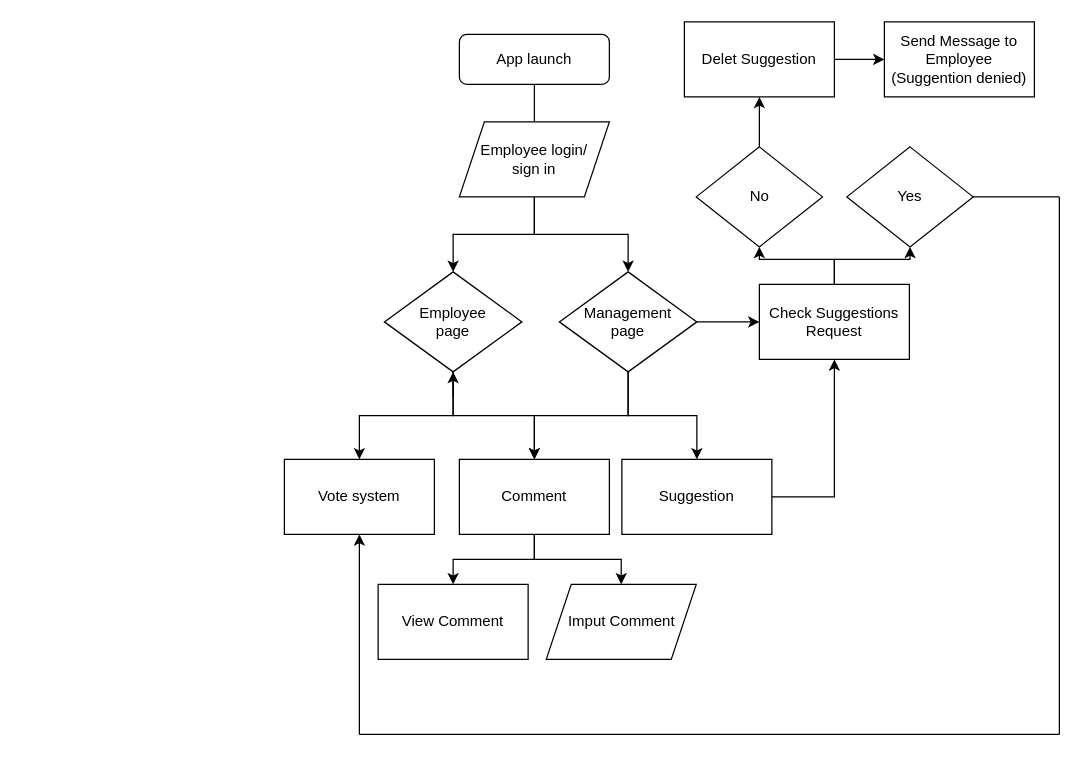
Before: diagram/Assignment_1.drawio in Etherealee/IP_GroupProject, a draw.io diagram. Source tidied: cells renumbered, new cells numbered last; positions are measured from the earlier drawing's top-left corner, leaving out a move shared by most shapes. Both pictures are drawn from the tidied source at 125%, with x=0, y=0 at pixel (284, 21).
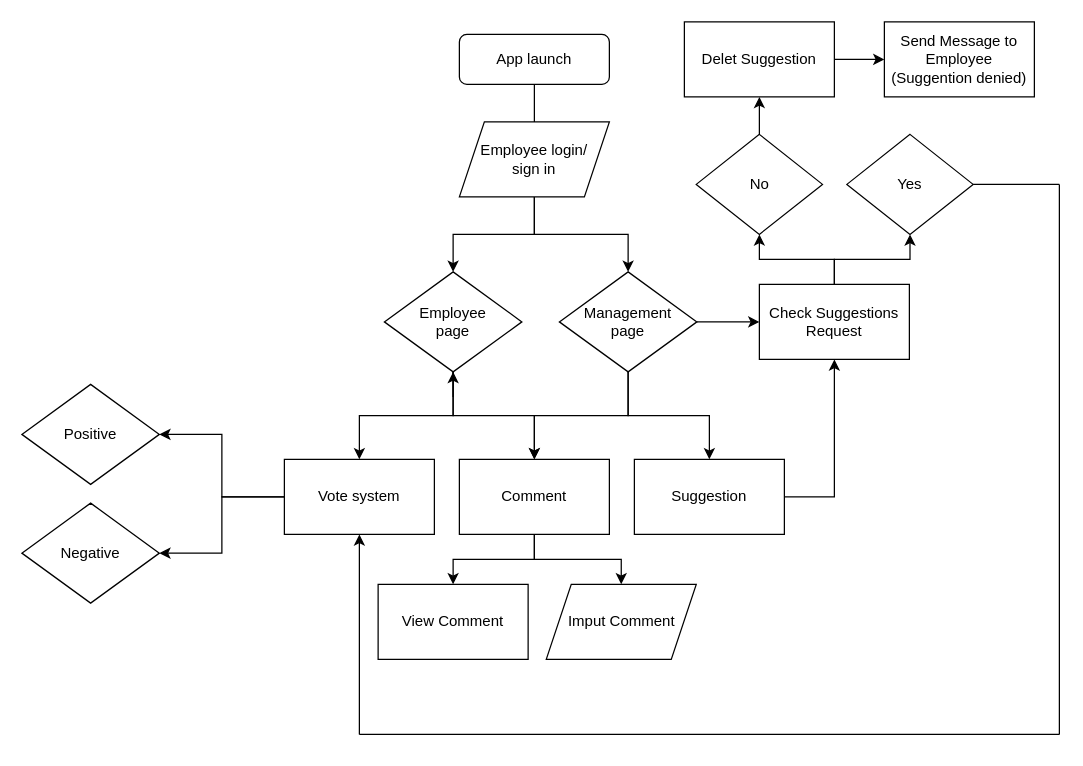
The same diagram, later.

The change refers to these unchanged cells:
```xml
<mxCell id="21" value="Vote system" style="rounded=0;whiteSpace=wrap;html=1;" parent="1" vertex="1">
  <mxGeometry y="350" width="120" height="60" as="geometry" />
</mxCell>
```

What changed in the source:
```diff
@@
+    <mxCell id="36" style="edgeStyle=orthogonalEdgeStyle;rounded=0;jettySize=auto;html=1;" parent="1" edge="1" source="21" target="38">
+      <mxGeometry relative="1" as="geometry" />
+    </mxCell>
+    <mxCell id="37" style="edgeStyle=orthogonalEdgeStyle;rounded=0;jettySize=auto;html=1;entryX=1;entryY=0.5;entryDx=0;entryDy=0;" parent="1" edge="1" source="21" target="39">
+      <mxGeometry relative="1" as="geometry" />
+    </mxCell>
@@
     <mxCell id="23" value="Suggestion" style="rounded=0;whiteSpace=wrap;html=1;" parent="1" vertex="1">
-      <mxGeometry x="270" y="350" width="120" height="60" as="geometry" />
+      <mxGeometry x="280" y="350" width="120" height="60" as="geometry" />
     </mxCell>
     <mxCell id="24" value="Yes" style="rhombus;whiteSpace=wrap;html=1;rounded=0;" parent="1" vertex="1">
-      <mxGeometry x="450" y="100" width="101" height="80" as="geometry" />
+      <mxGeometry x="450" y="90" width="101" height="80" as="geometry" />
     </mxCell>
@@
     <mxCell id="26" value="No" style="rhombus;whiteSpace=wrap;html=1;rounded=0;" parent="1" vertex="1">
-      <mxGeometry x="329.5" y="100" width="101" height="80" as="geometry" />
+      <mxGeometry x="329.5" y="90" width="101" height="80" as="geometry" />
     </mxCell>
@@
     <mxCell id="30" style="endArrow=none;html=1;rounded=0;entryX=1;entryY=0.5;entryDx=0;entryDy=0;" parent="1" edge="1" target="24">
       <mxGeometry relative="1" as="geometry">
-        <mxPoint x="620" y="140" as="sourcePoint" />
+        <mxPoint x="620" y="130" as="sourcePoint" />
       </mxGeometry>
     </mxCell>
     <mxCell id="31" style="endArrow=none;html=1;rounded=0;" parent="1" edge="1">
       <mxGeometry relative="1" as="geometry">
         <mxPoint x="620" y="570" as="sourcePoint" />
-        <mxPoint x="620" y="140" as="targetPoint" />
+        <mxPoint x="620" y="130" as="targetPoint" />
       </mxGeometry>
     </mxCell>
@@
+    <mxCell id="38" value="Positive" style="rhombus;whiteSpace=wrap;html=1;rounded=0;" parent="1" vertex="1">
+      <mxGeometry x="-210" y="290" width="110" height="80" as="geometry" />
+    </mxCell>
+    <mxCell id="39" value="Negative" style="rhombus;whiteSpace=wrap;html=1;rounded=0;" parent="1" vertex="1">
+      <mxGeometry x="-210" y="385" width="110" height="80" as="geometry" />
+    </mxCell>
```
